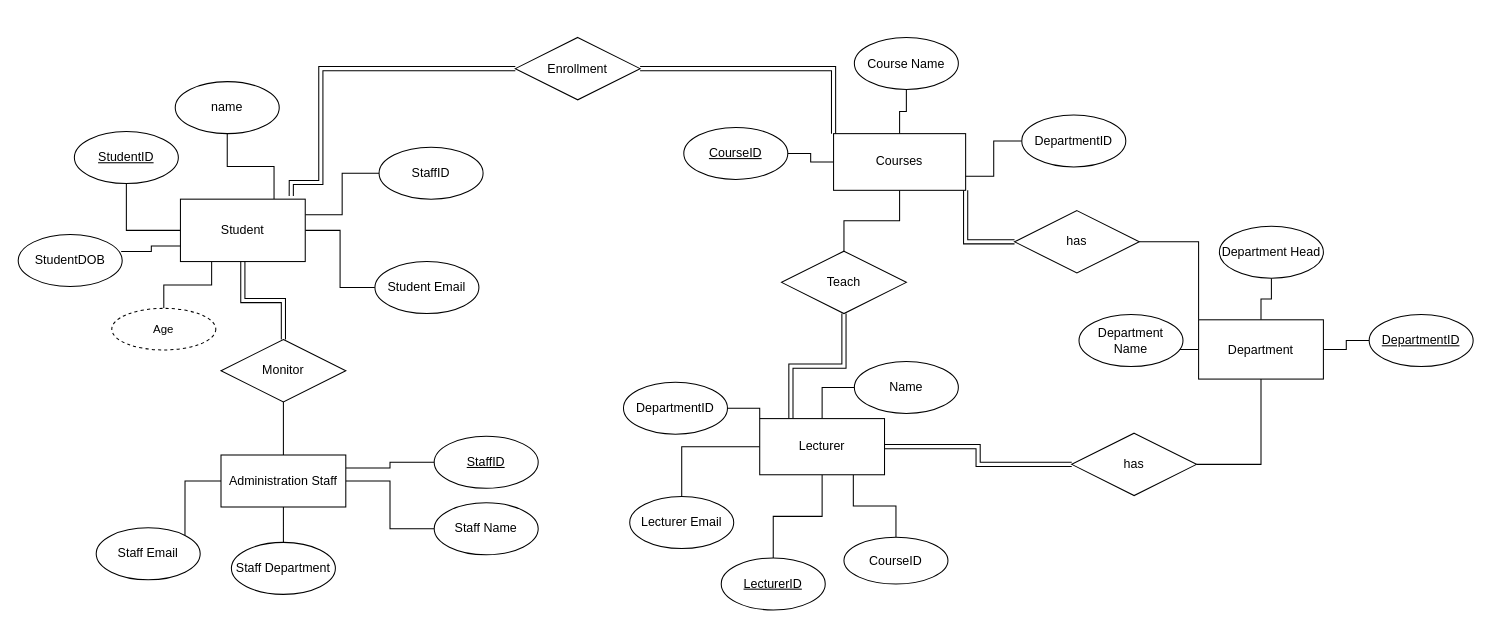
Above: course_work_erd.drawio in David-Jacks/Diagrams (draw.io), before the change. Source tidied: cells renumbered, new cells numbered last; positions are measured from the earlier drawing's top-left corner, leaving out a move shared by most shapes. Both pictures are drawn from the tidied source at 104%, with x=0, y=0 at pixel (18, 37).
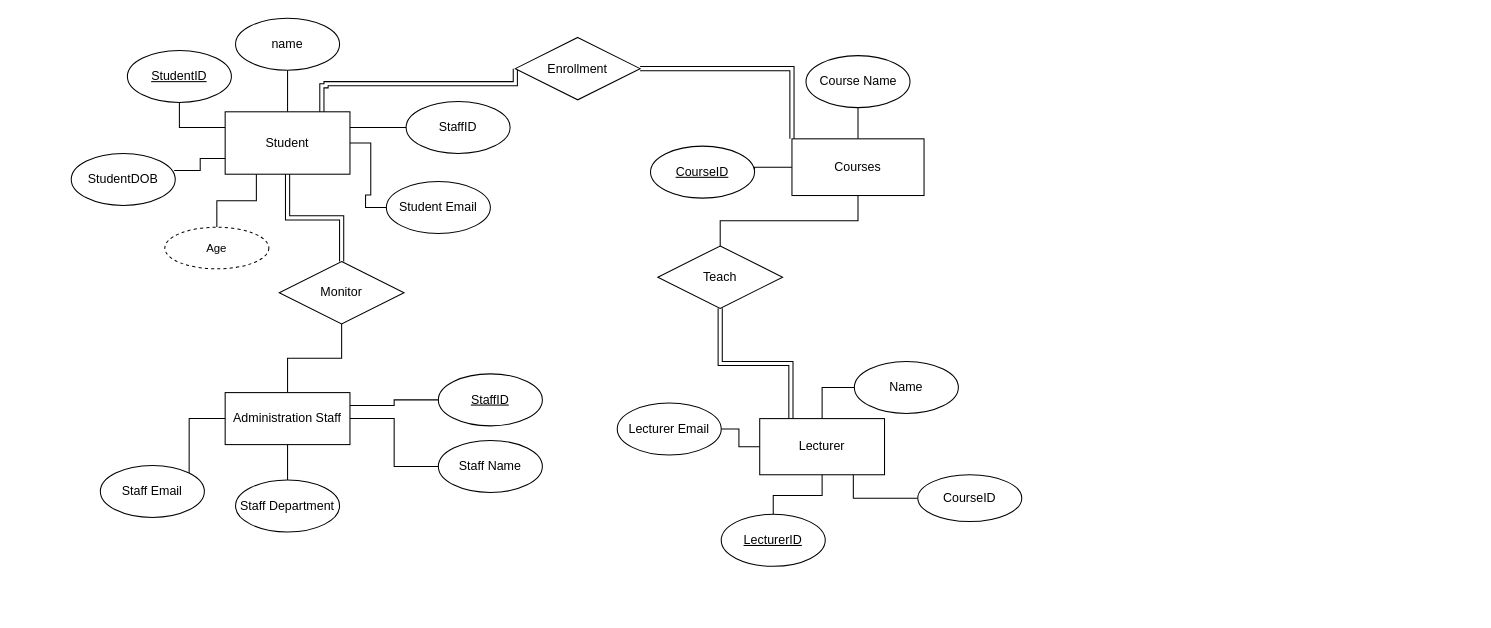
The same diagram, later.

The change refers to these unchanged cells:
```xml
<mxCell id="15" value="Lecturer" style="rounded=0;whiteSpace=wrap;html=1;" parent="1" vertex="1">
  <mxGeometry x="713" y="366" width="120" height="54" as="geometry" />
</mxCell>
<mxCell id="55" value="Enrollment" style="shape=rhombus;perimeter=rhombusPerimeter;whiteSpace=wrap;html=1;align=center;" parent="1" vertex="1">
  <mxGeometry x="478" y="-0.5" width="120" height="60" as="geometry" />
</mxCell>
```

Diff of the diagram source:
```diff
@@
-    <mxCell id="4" style="edgeStyle=orthogonalEdgeStyle;rounded=0;jettySize=auto;html=1;entryX=0.5;entryY=1;entryDx=0;entryDy=0;endArrow=none;endFill=0;" parent="1" edge="1" source="8" target="34">
+    <mxCell id="4" style="edgeStyle=orthogonalEdgeStyle;rounded=0;jettySize=auto;html=1;entryX=0.5;entryY=1;entryDx=0;entryDy=0;endArrow=none;endFill=0;exitX=0;exitY=0.25;exitDx=0;exitDy=0;" parent="1" edge="1" source="8" target="34">
       <mxGeometry relative="1" as="geometry" />
     </mxCell>
-    <mxCell id="5" style="edgeStyle=orthogonalEdgeStyle;rounded=0;jettySize=auto;html=1;exitX=0.75;exitY=0;exitDx=0;exitDy=0;entryX=0.5;entryY=1;entryDx=0;entryDy=0;endArrow=none;endFill=0;" parent="1" edge="1" source="8" target="35">
+    <mxCell id="5" style="edgeStyle=orthogonalEdgeStyle;rounded=0;jettySize=auto;html=1;entryX=0.5;entryY=1;entryDx=0;entryDy=0;endArrow=none;endFill=0;" parent="1" edge="1" source="8" target="35">
       <mxGeometry relative="1" as="geometry" />
     </mxCell>
-    <mxCell id="6" style="edgeStyle=orthogonalEdgeStyle;rounded=0;jettySize=auto;html=1;exitX=0.888;exitY=-0.049;exitDx=0;exitDy=0;entryX=0;entryY=0.5;entryDx=0;entryDy=0;exitPerimeter=0;shape=link;" parent="1" edge="1" source="8" target="55">
+    <mxCell id="6" style="edgeStyle=orthogonalEdgeStyle;rounded=0;jettySize=auto;html=1;exitX=0.692;exitY=0.067;exitDx=0;exitDy=0;entryX=0;entryY=0.5;entryDx=0;entryDy=0;exitPerimeter=0;shape=link;" parent="1" edge="1" source="8" target="55">
       <mxGeometry relative="1" as="geometry">
         <Array as="points">
-          <mxPoint x="291" y="139" />
-          <mxPoint x="291" y="30" />
+          <mxPoint x="292" y="75" />
+          <mxPoint x="292" y="46" />
+          <mxPoint x="296" y="46" />
+          <mxPoint x="296" y="44" />
+          <mxPoint x="478" y="44" />
         </Array>
       </mxGeometry>
     </mxCell>
@@
     <mxCell id="8" value="Student" style="rounded=0;whiteSpace=wrap;html=1;" parent="1" vertex="1">
-      <mxGeometry x="156" y="155" width="120" height="60" as="geometry" />
+      <mxGeometry x="199" y="71" width="120" height="60" as="geometry" />
     </mxCell>
@@
-    <mxCell id="12" style="edgeStyle=orthogonalEdgeStyle;rounded=0;jettySize=auto;html=1;entryX=0;entryY=0.5;entryDx=0;entryDy=0;shape=link;" parent="1" edge="1" source="15" target="52">
-      <mxGeometry relative="1" as="geometry" />
-    </mxCell>
@@
-    <mxCell id="14" style="edgeStyle=orthogonalEdgeStyle;rounded=0;jettySize=auto;html=1;exitX=0.75;exitY=1;exitDx=0;exitDy=0;entryX=0.5;entryY=0;entryDx=0;entryDy=0;endArrow=none;endFill=0;" parent="1" edge="1" source="15" target="57">
+    <mxCell id="14" style="edgeStyle=orthogonalEdgeStyle;rounded=0;jettySize=auto;html=1;exitX=0.75;exitY=1;exitDx=0;exitDy=0;entryX=0;entryY=0.5;entryDx=0;entryDy=0;endArrow=none;endFill=0;" parent="1" edge="1" source="15" target="57">
       <mxGeometry relative="1" as="geometry" />
     </mxCell>
@@
-    <mxCell id="16" style="edgeStyle=orthogonalEdgeStyle;rounded=0;jettySize=auto;html=1;entryX=0;entryY=0.5;entryDx=0;entryDy=0;endArrow=none;endFill=0;" parent="1" edge="1" source="21" target="39">
-      <mxGeometry relative="1" as="geometry" />
-    </mxCell>
-    <mxCell id="17" style="edgeStyle=orthogonalEdgeStyle;rounded=0;jettySize=auto;html=1;endArrow=none;endFill=0;" parent="1" edge="1" source="21" target="46">
-      <mxGeometry relative="1" as="geometry" />
-    </mxCell>
-    <mxCell id="18" style="edgeStyle=orthogonalEdgeStyle;rounded=0;jettySize=auto;html=1;endArrow=none;endFill=0;" parent="1" edge="1" source="21" target="45">
-      <mxGeometry relative="1" as="geometry" />
-    </mxCell>
-    <mxCell id="19" style="edgeStyle=orthogonalEdgeStyle;rounded=0;jettySize=auto;html=1;entryX=1;entryY=0.5;entryDx=0;entryDy=0;exitX=0.5;exitY=1;exitDx=0;exitDy=0;endArrow=none;endFill=0;" parent="1" edge="1" source="21" target="52">
-      <mxGeometry relative="1" as="geometry" />
-    </mxCell>
-    <mxCell id="20" style="edgeStyle=orthogonalEdgeStyle;rounded=0;jettySize=auto;html=1;exitX=0;exitY=0;exitDx=0;exitDy=0;entryX=1;entryY=0.5;entryDx=0;entryDy=0;endArrow=none;endFill=0;" parent="1" edge="1" source="21" target="58">
-      <mxGeometry relative="1" as="geometry" />
-    </mxCell>
-    <mxCell id="21" value="Department" style="rounded=0;whiteSpace=wrap;html=1;" parent="1" vertex="1">
-      <mxGeometry x="1135" y="271" width="120" height="57" as="geometry" />
-    </mxCell>
@@
-    <mxCell id="25" style="edgeStyle=orthogonalEdgeStyle;rounded=0;jettySize=auto;html=1;entryX=0.5;entryY=0;entryDx=0;entryDy=0;endArrow=none;endFill=0;" parent="1" edge="1" source="27" target="56">
+    <mxCell id="25" style="edgeStyle=orthogonalEdgeStyle;rounded=0;jettySize=auto;html=1;entryX=0.5;entryY=0;entryDx=0;entryDy=0;endArrow=none;endFill=0;exitX=0.5;exitY=1;exitDx=0;exitDy=0;" parent="1" edge="1" source="27" target="56">
       <mxGeometry relative="1" as="geometry" />
     </mxCell>
-    <mxCell id="26" style="edgeStyle=orthogonalEdgeStyle;rounded=0;jettySize=auto;html=1;exitX=1;exitY=1;exitDx=0;exitDy=0;entryX=0;entryY=0.5;entryDx=0;entryDy=0;shape=link;" parent="1" edge="1" source="27" target="58">
-      <mxGeometry relative="1" as="geometry" />
-    </mxCell>
     <mxCell id="27" value="Courses" style="rounded=0;whiteSpace=wrap;html=1;" parent="1" vertex="1">
-      <mxGeometry x="784" y="92" width="127" height="54.5" as="geometry" />
+      <mxGeometry x="744" y="97" width="127" height="54.5" as="geometry" />
     </mxCell>
@@
     <mxCell id="33" value="Administration Staff" style="rounded=0;whiteSpace=wrap;html=1;" parent="1" vertex="1">
-      <mxGeometry x="195" y="401" width="120" height="50" as="geometry" />
+      <mxGeometry x="199" y="341" width="120" height="50" as="geometry" />
     </mxCell>
     <mxCell id="34" value="&lt;u&gt;StudentID&lt;/u&gt;" style="ellipse;whiteSpace=wrap;html=1;" parent="1" vertex="1">
-      <mxGeometry x="54" y="90" width="100" height="50" as="geometry" />
+      <mxGeometry x="105" y="12" width="100" height="50" as="geometry" />
     </mxCell>
     <mxCell id="35" value="name" style="ellipse;whiteSpace=wrap;html=1;" parent="1" vertex="1">
-      <mxGeometry x="151" y="42" width="100" height="50" as="geometry" />
+      <mxGeometry x="209" y="-19" width="100" height="50" as="geometry" />
     </mxCell>
     <mxCell id="36" value="StaffID" style="ellipse;whiteSpace=wrap;html=1;" parent="1" vertex="1">
-      <mxGeometry x="347" y="105" width="100" height="50" as="geometry" />
+      <mxGeometry x="373" y="61" width="100" height="50" as="geometry" />
     </mxCell>
     <mxCell id="37" value="Student Email" style="ellipse;whiteSpace=wrap;html=1;" parent="1" vertex="1">
-      <mxGeometry x="343" y="215" width="100" height="50" as="geometry" />
+      <mxGeometry x="354" y="138" width="100" height="50" as="geometry" />
     </mxCell>
     <mxCell id="38" value="Course Name" style="ellipse;whiteSpace=wrap;html=1;" parent="1" vertex="1">
-      <mxGeometry x="804" y="-0.5" width="100" height="50" as="geometry" />
+      <mxGeometry x="757.5" y="17" width="100" height="50" as="geometry" />
     </mxCell>
-    <mxCell id="39" value="&lt;u&gt;DepartmentID&lt;/u&gt;" style="ellipse;whiteSpace=wrap;html=1;" parent="1" vertex="1">
-      <mxGeometry x="1299" y="266" width="100" height="50" as="geometry" />
-    </mxCell>
     <mxCell id="40" value="&lt;u&gt;CourseID&lt;/u&gt;" style="ellipse;whiteSpace=wrap;html=1;" parent="1" vertex="1">
-      <mxGeometry x="640" y="86" width="100" height="50" as="geometry" />
+      <mxGeometry x="608" y="104" width="100" height="50" as="geometry" />
     </mxCell>
     <mxCell id="41" value="Staff Email" style="ellipse;whiteSpace=wrap;html=1;" parent="1" vertex="1">
-      <mxGeometry x="75" y="471" width="100" height="50" as="geometry" />
+      <mxGeometry x="79" y="411" width="100" height="50" as="geometry" />
     </mxCell>
     <mxCell id="42" value="Staff Name" style="ellipse;whiteSpace=wrap;html=1;" parent="1" vertex="1">
-      <mxGeometry x="400" y="447" width="100" height="50" as="geometry" />
+      <mxGeometry x="404" y="387" width="100" height="50" as="geometry" />
     </mxCell>
     <mxCell id="43" value="Staff Department" style="ellipse;whiteSpace=wrap;html=1;" parent="1" vertex="1">
-      <mxGeometry x="205" y="485" width="100" height="50" as="geometry" />
+      <mxGeometry x="209" y="425" width="100" height="50" as="geometry" />
     </mxCell>
     <mxCell id="44" value="&lt;u&gt;StaffID&lt;/u&gt;" style="ellipse;whiteSpace=wrap;html=1;" parent="1" vertex="1">
-      <mxGeometry x="400" y="383" width="100" height="50" as="geometry" />
+      <mxGeometry x="404" y="323" width="100" height="50" as="geometry" />
     </mxCell>
-    <mxCell id="45" value="Department Head" style="ellipse;whiteSpace=wrap;html=1;" parent="1" vertex="1">
-      <mxGeometry x="1155" y="181" width="100" height="50" as="geometry" />
-    </mxCell>
-    <mxCell id="46" value="Department Name" style="ellipse;whiteSpace=wrap;html=1;" parent="1" vertex="1">
-      <mxGeometry x="1020" y="266" width="100" height="50" as="geometry" />
-    </mxCell>
     <mxCell id="47" value="&lt;u&gt;LecturerID&lt;/u&gt;" style="ellipse;whiteSpace=wrap;html=1;" parent="1" vertex="1">
-      <mxGeometry x="676" y="500" width="100" height="50" as="geometry" />
+      <mxGeometry x="676" y="458" width="100" height="50" as="geometry" />
     </mxCell>
@@
     <mxCell id="49" value="Lecturer Email" style="ellipse;whiteSpace=wrap;html=1;" parent="1" vertex="1">
-      <mxGeometry x="588" y="441" width="100" height="50" as="geometry" />
+      <mxGeometry x="576" y="351" width="100" height="50" as="geometry" />
     </mxCell>
@@
     <mxCell id="51" value="Monitor" style="shape=rhombus;perimeter=rhombusPerimeter;whiteSpace=wrap;html=1;align=center;" parent="1" vertex="1">
-      <mxGeometry x="195" y="290" width="120" height="60" as="geometry" />
+      <mxGeometry x="251" y="215" width="120" height="60" as="geometry" />
     </mxCell>
-    <mxCell id="52" value="has" style="shape=rhombus;perimeter=rhombusPerimeter;whiteSpace=wrap;html=1;align=center;" parent="1" vertex="1">
-      <mxGeometry x="1013" y="380" width="120" height="60" as="geometry" />
-    </mxCell>
-    <mxCell id="53" style="edgeStyle=orthogonalEdgeStyle;rounded=0;jettySize=auto;html=1;exitX=1;exitY=0.5;exitDx=0;exitDy=0;entryX=0;entryY=0;entryDx=0;entryDy=0;endArrow=none;endFill=0;" parent="1" edge="1" source="54" target="15">
-      <mxGeometry relative="1" as="geometry" />
-    </mxCell>
-    <mxCell id="54" value="DepartmentID" style="ellipse;whiteSpace=wrap;html=1;" parent="1" vertex="1">
-      <mxGeometry x="582" y="331" width="100" height="50" as="geometry" />
-    </mxCell>
@@
     <mxCell id="56" value="Teach" style="shape=rhombus;perimeter=rhombusPerimeter;whiteSpace=wrap;html=1;align=center;" parent="1" vertex="1">
-      <mxGeometry x="734" y="205" width="120" height="60" as="geometry" />
+      <mxGeometry x="615" y="200" width="120" height="60" as="geometry" />
     </mxCell>
     <mxCell id="57" value="CourseID" style="ellipse;whiteSpace=wrap;html=1;" parent="1" vertex="1">
-      <mxGeometry x="794" y="480" width="100" height="45" as="geometry" />
+      <mxGeometry x="865" y="420" width="100" height="45" as="geometry" />
     </mxCell>
-    <mxCell id="58" value="has" style="shape=rhombus;perimeter=rhombusPerimeter;whiteSpace=wrap;html=1;align=center;" parent="1" vertex="1">
-      <mxGeometry x="958" y="166" width="120" height="60" as="geometry" />
-    </mxCell>
-    <mxCell id="59" style="edgeStyle=orthogonalEdgeStyle;rounded=0;jettySize=auto;html=1;exitX=0;exitY=0.5;exitDx=0;exitDy=0;entryX=1;entryY=0.75;entryDx=0;entryDy=0;endArrow=none;endFill=0;" parent="1" edge="1" source="60" target="27">
-      <mxGeometry relative="1" as="geometry" />
-    </mxCell>
-    <mxCell id="60" value="DepartmentID" style="ellipse;whiteSpace=wrap;html=1;" parent="1" vertex="1">
-      <mxGeometry x="965" y="74" width="100" height="50" as="geometry" />
-    </mxCell>
     <mxCell id="61" value="StudentDOB" style="ellipse;whiteSpace=wrap;html=1;" parent="1" vertex="1">
-      <mxGeometry y="189" width="100" height="50" as="geometry" />
+      <mxGeometry x="51" y="111" width="100" height="50" as="geometry" />
     </mxCell>
     <mxCell id="62" value="Age" style="ellipse;whiteSpace=wrap;html=1;align=center;dashed=1;fontFamily=Helvetica;fontSize=11;fontColor=default;labelBackgroundColor=default;" parent="1" vertex="1">
-      <mxGeometry x="90" y="260" width="100" height="40" as="geometry" />
+      <mxGeometry x="141" y="182" width="100" height="40" as="geometry" />
     </mxCell>
```
